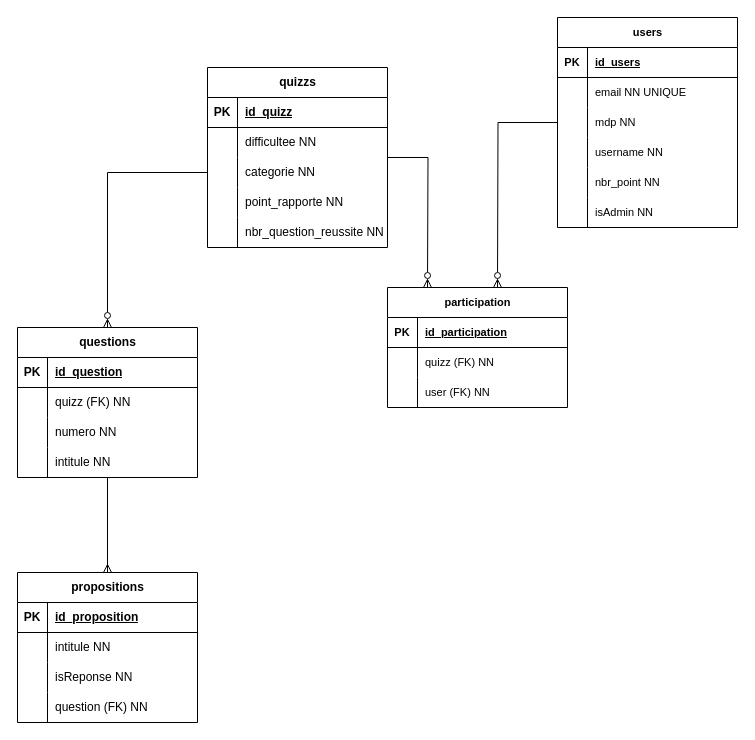
Before: dataBase/DSD_projet_web2.drawio in e-vinci/web2-2023-project-group_19, a draw.io diagram. Source tidied: cells renumbered, new cells numbered last; positions are measured from the earlier drawing's top-left corner, leaving out a move shared by most shapes. Both pictures are drawn from the tidied source at 100%, with x=0, y=0 at pixel (17, 17).
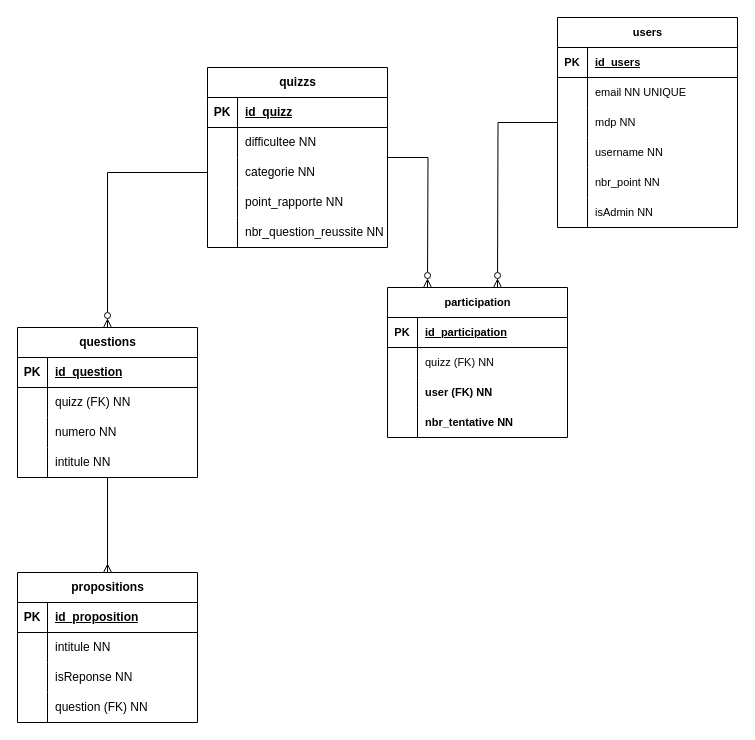
Above is the later version.

What changed in the source:
```diff
@@
     <mxCell id="67" value="participation" style="shape=table;startSize=30;childLayout=tableLayout;rowLines=0;fontStyle=1;align=center;html=1;fontFamily=Helvetica;fontSize=11;fontColor=default;" parent="1" vertex="1">
-      <mxGeometry x="370" y="270" width="180" height="120" as="geometry" />
+      <mxGeometry x="370" y="270" width="180" height="150" as="geometry" />
     </mxCell>
@@
-    <mxCell id="74" style="shape=tableRow;horizontal=0;startSize=0;swimlaneHead=0;swimlaneBody=0;fillColor=none;top=0;left=0;right=0;bottom=0;fontFamily=Helvetica;fontSize=11;fontColor=default;" parent="67" vertex="1">
+    <mxCell id="74" style="shape=tableRow;horizontal=0;startSize=0;swimlaneHead=0;swimlaneBody=0;fillColor=none;top=0;left=0;right=0;bottom=0;fontFamily=Helvetica;fontSize=11;fontColor=default;fontStyle=0;" parent="67" vertex="1">
       <mxGeometry y="90" width="180" height="30" as="geometry" />
     </mxCell>
@@
-    <mxCell id="76" value="user (FK) NN" style="shape=partialRectangle;fillColor=none;top=0;left=0;bottom=0;right=0;align=left;spacingLeft=6;overflow=hidden;whiteSpace=wrap;html=1;fontFamily=Helvetica;fontSize=11;fontColor=default;" parent="74" vertex="1">
+    <mxCell id="76" value="user (FK) NN" style="shape=partialRectangle;fillColor=none;top=0;left=0;bottom=0;right=0;align=left;spacingLeft=6;overflow=hidden;whiteSpace=wrap;html=1;fontFamily=Helvetica;fontSize=11;fontColor=default;fontStyle=1;" parent="74" vertex="1">
       <mxGeometry x="30" width="150" height="30" as="geometry" />
     </mxCell>
+    <mxCell id="77" style="shape=tableRow;horizontal=0;startSize=0;swimlaneHead=0;swimlaneBody=0;fillColor=none;top=0;left=0;right=0;bottom=0;fontFamily=Helvetica;fontSize=11;fontColor=default;fontStyle=0;" parent="67" vertex="1">
+      <mxGeometry y="120" width="180" height="30" as="geometry" />
+    </mxCell>
+    <mxCell id="78" style="shape=partialRectangle;fillColor=none;top=0;left=0;bottom=0;right=0;overflow=hidden;whiteSpace=wrap;html=1;fontFamily=Helvetica;fontSize=11;fontColor=default;" parent="77" vertex="1">
+      <mxGeometry width="30" height="30" as="geometry" />
+    </mxCell>
+    <mxCell id="79" value="nbr_tentative NN&amp;nbsp;" style="shape=partialRectangle;fillColor=none;top=0;left=0;bottom=0;right=0;align=left;spacingLeft=6;overflow=hidden;whiteSpace=wrap;html=1;fontFamily=Helvetica;fontSize=11;fontColor=default;fontStyle=1;" parent="77" vertex="1">
+      <mxGeometry x="30" width="150" height="30" as="geometry" />
+    </mxCell>
```
